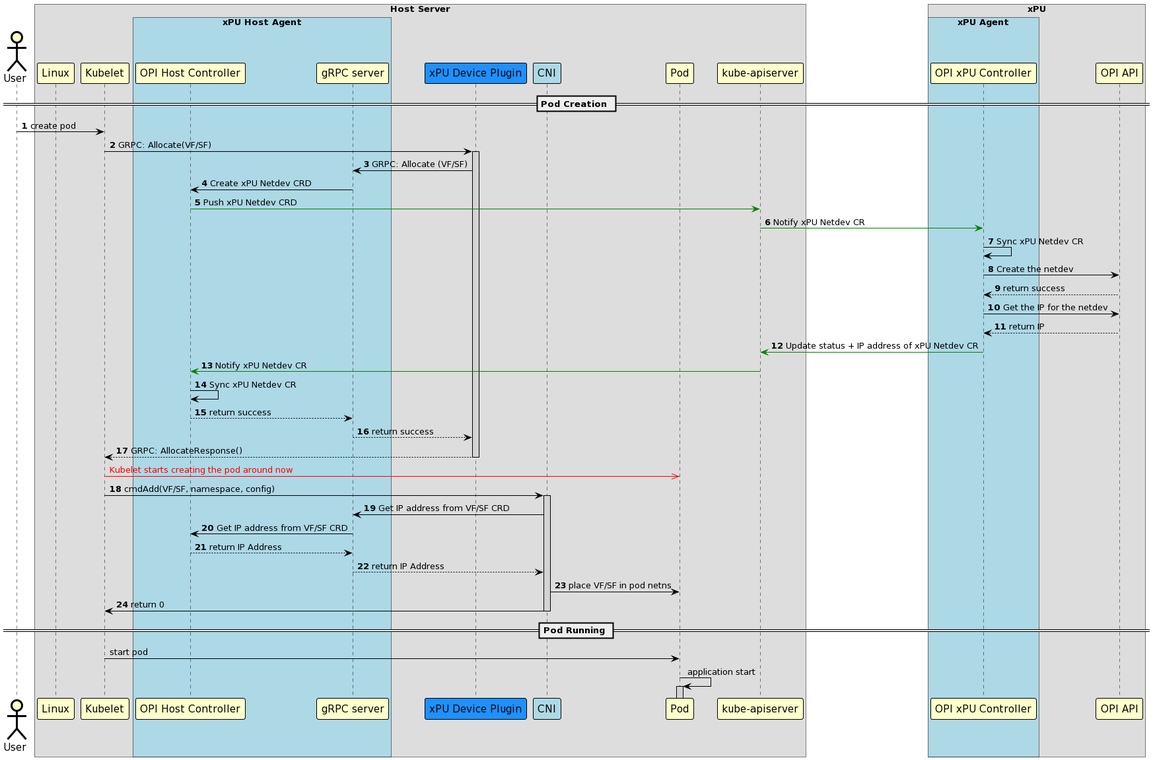
Above: sequence-diagrams/images/host-provisioning-xPU-VF-pod-creation.png in redhat-et/ekho (PlantUML), before the change. The source it was exported from:
```plantuml
@startuml
!pragma teoz true
skinparam noteBorderColor Black
skinparam noteBorderThickness 1
skinparam noteBackgroundColor Yellow

skinparam sequence {
	BoxBorderColor Black
	BoxFontSize 20

	ArrowColor Black
	ArrowThickness 1

	ActorBorderColor Black
	ActorBorderThickness 3
	ActorBackgroundColor Business
	ActorFontSize 15

	ParticipantBorderColor Black
	ParticipantBorderThickness 1
	ParticipantBackgroundColor Business
	ParticipantFontSize 15

	LifeLineBorderColor Black
	LifeLineBorderThickness 1
	LifeLineBackgroundColor LightGray
}

actor "User"
box "Host Server"
	participant "Linux"
	participant "Kubelet"
  box "xPU Host Agent" #LightBlue
         participant "OPI Host Controller"
         participant "gRPC server"
  end box
	participant "xPU Device Plugin" #dodgerblue
	participant "CNI" #LightBlue
	participant "Pod"
        participant "kube-apiserver"
end box

box "xPU"
  box "xPU Agent" #LightBlue
	participant "OPI xPU Controller"
  end box
  participant "OPI API"
end box

== Pod Creation ==
autonumber

"User" -> "Kubelet": create pod
"Kubelet" -> "xPU Device Plugin": GRPC: Allocate(VF/SF)
activate "xPU Device Plugin"
"xPU Device Plugin" -> "gRPC server": GRPC: Allocate (VF/SF)
"gRPC server" -> "OPI Host Controller" : Create xPU Netdev CRD
"OPI Host Controller" -[#green]> "kube-apiserver" : Push xPU Netdev CRD
"kube-apiserver" -[#green]> "OPI xPU Controller": Notify xPU Netdev CR
"OPI xPU Controller" -> "OPI xPU Controller": Sync xPU Netdev CR
"OPI xPU Controller"->"OPI API": Create the netdev
"OPI API"-->"OPI xPU Controller": return success
"OPI xPU Controller"->"OPI API": Get the IP for the netdev
"OPI API"-->"OPI xPU Controller": return IP
"OPI xPU Controller"-[#green]>"kube-apiserver": Update status + IP address of xPU Netdev CR
"kube-apiserver" -[#green]> "OPI Host Controller": Notify xPU Netdev CR
"OPI Host Controller" -> "OPI Host Controller": Sync xPU Netdev CR
"OPI Host Controller" -->"gRPC server": return success
"gRPC server" -->"xPU Device Plugin": return success
"xPU Device Plugin" --> "Kubelet": GRPC: AllocateResponse()
deactivate "xPU Device Plugin"

autonumber stop
"Kubelet" -[#Red]>> "Pod" : <color:Red>Kubelet starts creating the pod around now
autonumber resume

"Kubelet" -> "CNI" : cmdAdd(VF/SF, namespace, config)
activate "CNI"
"CNI" -> "gRPC server" : Get IP address from VF/SF CRD
"gRPC server" -> "OPI Host Controller" : Get IP address from VF/SF CRD
"OPI Host Controller" -->"gRPC server": return IP Address
"gRPC server" --> "CNI" : return IP Address
"CNI" -> "Pod" : place VF/SF in pod netns
"CNI" -> "Kubelet" : return 0

deactivate "CNI"

autonumber stop

== Pod Running ==

"Kubelet" -> "Pod" : start pod
"Pod" -> "Pod" : application start
activate "Pod"
@enduml
```
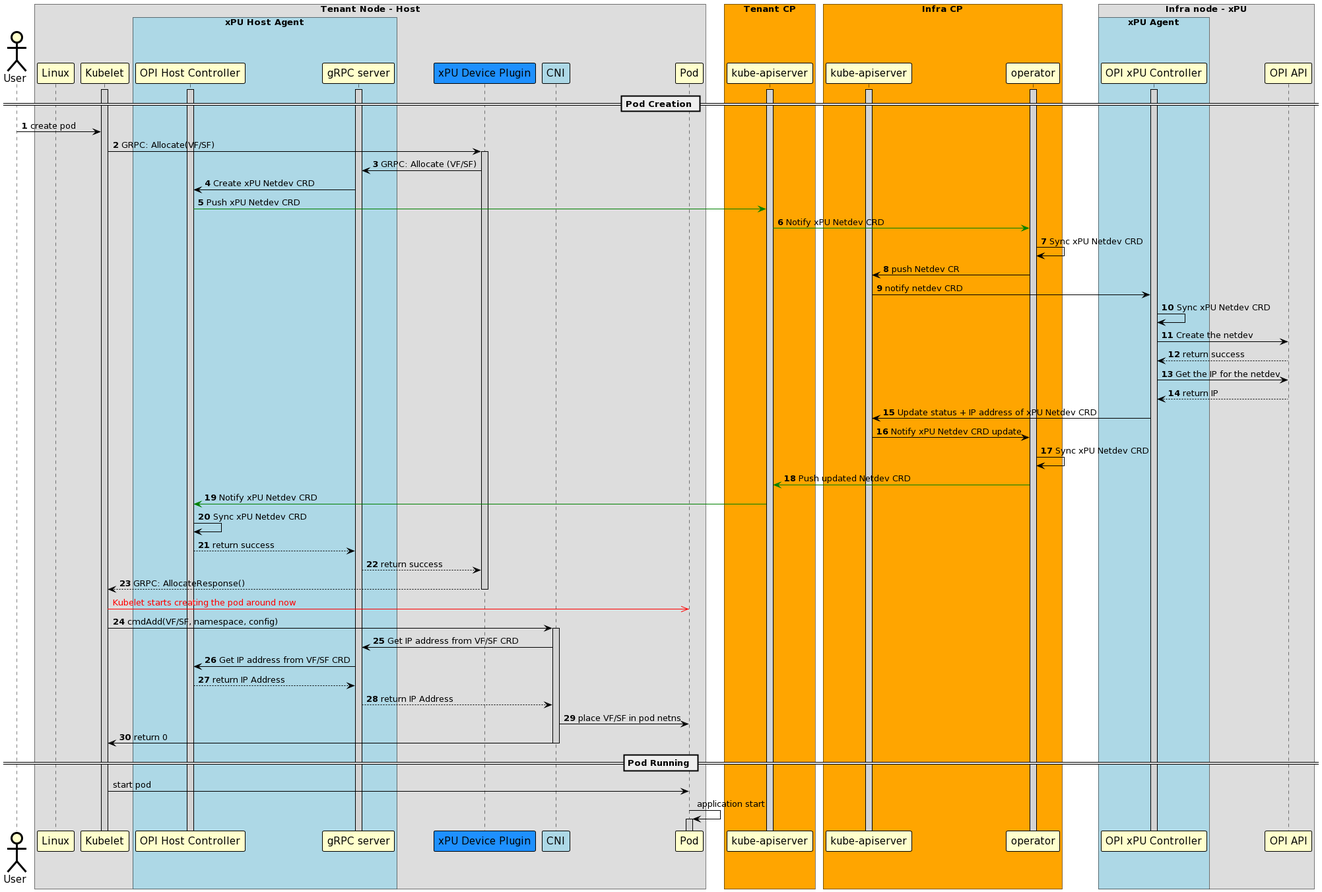
The same file after the commit.

Commit message:
host provisioning: update the sequence diagrams with operator

The edit, as a diff of the source:
```diff
@@ -27,7 +27,7 @@
 }
 
 actor "User"
-box "Host Server"
+box "Tenant Node - Host"
 	participant "Linux"
 	participant "Kubelet"
   box "xPU Host Agent" #LightBlue
@@ -37,15 +37,31 @@
 	participant "xPU Device Plugin" #dodgerblue
 	participant "CNI" #LightBlue
 	participant "Pod"
-        participant "kube-apiserver"
 end box
 
-box "xPU"
+box "Tenant CP" #Orange
+  participant "kube-apiserver" as api1
+end box
+
+box "Infra CP" #Orange
+  participant "kube-apiserver" as api2
+  participant "operator"
+end box
+
+box "Infra node - xPU"
   box "xPU Agent" #LightBlue
 	participant "OPI xPU Controller"
   end box
   participant "OPI API"
 end box
+
+activate api1
+activate api2
+activate "Kubelet"
+activate "operator"
+activate "gRPC server"
+activate "OPI xPU Controller"
+activate "OPI Host Controller"
 
 == Pod Creation ==
 autonumber
@@ -55,16 +71,22 @@
 activate "xPU Device Plugin"
 "xPU Device Plugin" -> "gRPC server": GRPC: Allocate (VF/SF)
 "gRPC server" -> "OPI Host Controller" : Create xPU Netdev CRD
-"OPI Host Controller" -[#green]> "kube-apiserver" : Push xPU Netdev CRD
-"kube-apiserver" -[#green]> "OPI xPU Controller": Notify xPU Netdev CR
-"OPI xPU Controller" -> "OPI xPU Controller": Sync xPU Netdev CR
+"OPI Host Controller" -[#green]> api1 : Push xPU Netdev CRD
+api1 -[#green]> "operator": Notify xPU Netdev CRD
+"operator" -> "operator": Sync xPU Netdev CRD
+"operator" -> api2: push Netdev CR
+api2 -> "OPI xPU Controller": notify netdev CRD
+"OPI xPU Controller" -> "OPI xPU Controller": Sync xPU Netdev CRD
 "OPI xPU Controller"->"OPI API": Create the netdev
 "OPI API"-->"OPI xPU Controller": return success
 "OPI xPU Controller"->"OPI API": Get the IP for the netdev
 "OPI API"-->"OPI xPU Controller": return IP
-"OPI xPU Controller"-[#green]>"kube-apiserver": Update status + IP address of xPU Netdev CR
-"kube-apiserver" -[#green]> "OPI Host Controller": Notify xPU Netdev CR
-"OPI Host Controller" -> "OPI Host Controller": Sync xPU Netdev CR
+"OPI xPU Controller" -> api2: Update status + IP address of xPU Netdev CRD
+api2 -> "operator": Notify xPU Netdev CRD update
+"operator" -> "operator": Sync xPU Netdev CRD
+"operator"-[#green]>api1: Push updated Netdev CRD
+api1 -[#green]> "OPI Host Controller": Notify xPU Netdev CRD
+"OPI Host Controller" -> "OPI Host Controller": Sync xPU Netdev CRD
 "OPI Host Controller" -->"gRPC server": return success
 "gRPC server" -->"xPU Device Plugin": return success
 "xPU Device Plugin" --> "Kubelet": GRPC: AllocateResponse()
```
